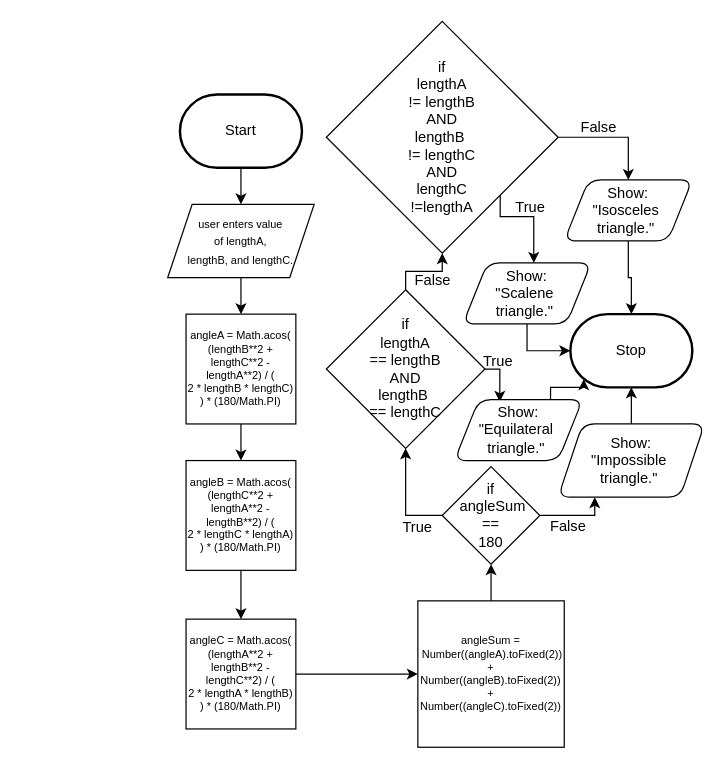
The draw.io diagram design/flowchart.drawio in MTHS-ICD2O-1-2023/ICD2O-Unit-5-05-pablo-fiallos-granados, before the edit. Source tidied: cells renumbered, new cells numbered last; positions are measured from the earlier drawing's top-left corner, leaving out a move shared by most shapes. Both pictures are drawn from the tidied source at 122%, with x=0, y=0 at pixel (167, 21).
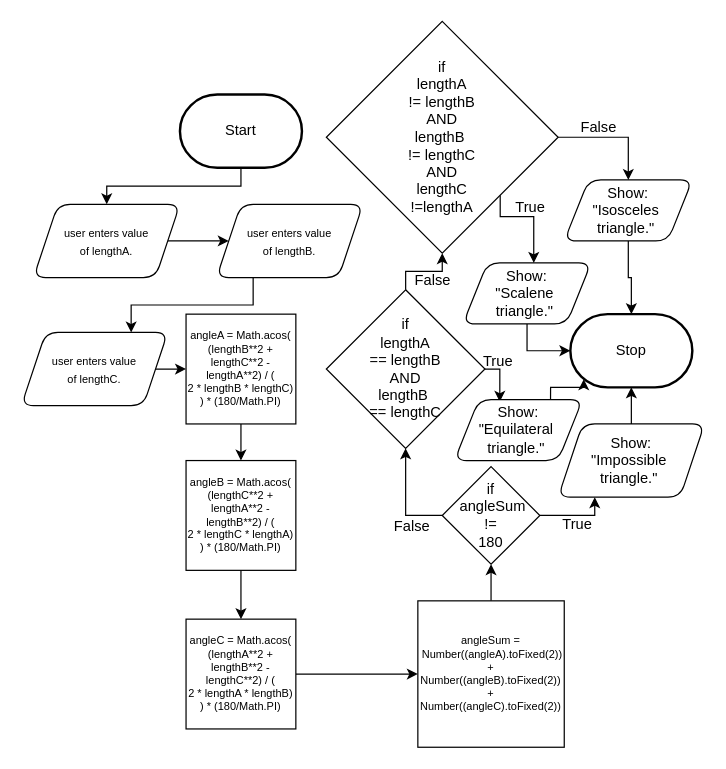
The same page after the edit.

Unchanged cells that the change refers to:
```xml
<mxCell id="8" value="&lt;font style=&quot;font-size: 9px;&quot;&gt;angleA = Math.acos(&lt;br&gt;(lengthB**2 + lengthC**2 - lengthA**2) / (&lt;br&gt;2 * lengthB * lengthC)&lt;br&gt;) * (180/Math.PI)&lt;/font&gt;" style="whiteSpace=wrap;html=1;fontSize=9;" parent="1" vertex="1">
  <mxGeometry x="15" y="240" width="90" height="90" as="geometry" />
</mxCell>
```

What changed in the source:
```diff
@@
-    <mxCell id="5" style="edgeStyle=none;html=1;exitX=0.5;exitY=1;exitDx=0;exitDy=0;entryX=0.5;entryY=0;entryDx=0;entryDy=0;fontSize=9;" parent="1" edge="1" source="6" target="8">
-      <mxGeometry relative="1" as="geometry" />
-    </mxCell>
+    <mxCell id="38" style="edgeStyle=orthogonalEdgeStyle;rounded=0;html=1;" parent="1" edge="1" source="6" target="40">
+      <mxGeometry relative="1" as="geometry" />
+    </mxCell>
-    <mxCell id="6" value="&lt;font style=&quot;font-size: 9px;&quot;&gt;user enters value&lt;br&gt;of lengthA, &lt;br&gt;lengthB, and lengthC.&lt;/font&gt;" style="shape=parallelogram;perimeter=parallelogramPerimeter;whiteSpace=wrap;html=1;fixedSize=1;" parent="1" vertex="1">
-      <mxGeometry y="150" width="120" height="60" as="geometry" />
+    <mxCell id="6" value="&lt;font style=&quot;font-size: 9px;&quot;&gt;user enters value&lt;br&gt;of lengthA.&lt;br&gt;&lt;/font&gt;" style="shape=parallelogram;perimeter=parallelogramPerimeter;whiteSpace=wrap;html=1;fixedSize=1;rounded=1;" parent="1" vertex="1">
+      <mxGeometry x="-110" y="150" width="120" height="60" as="geometry" />
     </mxCell>
@@
-    <mxCell id="17" value="if&lt;br&gt;&amp;nbsp;angleSum&lt;br&gt;==&lt;br&gt;180" style="rhombus;whiteSpace=wrap;html=1;" parent="1" vertex="1">
+    <mxCell id="17" value="if&lt;br&gt;&amp;nbsp;angleSum&lt;br&gt;!=&lt;br&gt;180" style="rhombus;whiteSpace=wrap;html=1;" parent="1" vertex="1">
       <mxGeometry x="225" y="365" width="80" height="80" as="geometry" />
     </mxCell>
     <mxCell id="18" value="True" style="text;html=1;strokeColor=none;fillColor=none;align=center;verticalAlign=middle;whiteSpace=wrap;rounded=0;" parent="1" vertex="1">
-      <mxGeometry x="175" y="400" width="60" height="30" as="geometry" />
+      <mxGeometry x="306" y="398" width="60" height="30" as="geometry" />
     </mxCell>
@@
     <mxCell id="32" value="False" style="text;html=1;align=center;verticalAlign=middle;strokeColor=none;fillColor=none;" parent="1" vertex="1">
-      <mxGeometry x="303" y="399" width="50" height="30" as="geometry" />
+      <mxGeometry x="175" y="399" width="50" height="30" as="geometry" />
     </mxCell>
@@
+    <mxCell id="39" style="edgeStyle=orthogonalEdgeStyle;rounded=0;html=1;exitX=0.25;exitY=1;exitDx=0;exitDy=0;entryX=0.75;entryY=0;entryDx=0;entryDy=0;" parent="1" edge="1" source="40" target="42">
+      <mxGeometry relative="1" as="geometry" />
+    </mxCell>
+    <mxCell id="40" value="&lt;font style=&quot;font-size: 9px;&quot;&gt;user enters value&lt;br&gt;of lengthB.&lt;br&gt;&lt;/font&gt;" style="shape=parallelogram;perimeter=parallelogramPerimeter;whiteSpace=wrap;html=1;fixedSize=1;rounded=1;" parent="1" vertex="1">
+      <mxGeometry x="40" y="150" width="120" height="60" as="geometry" />
+    </mxCell>
+    <mxCell id="41" style="edgeStyle=orthogonalEdgeStyle;rounded=0;html=1;exitX=1;exitY=0.5;exitDx=0;exitDy=0;entryX=0;entryY=0.5;entryDx=0;entryDy=0;" parent="1" edge="1" source="42" target="8">
+      <mxGeometry relative="1" as="geometry" />
+    </mxCell>
+    <mxCell id="42" value="&lt;font style=&quot;font-size: 9px;&quot;&gt;user enters value&lt;br&gt;of lengthC.&lt;br&gt;&lt;/font&gt;" style="shape=parallelogram;perimeter=parallelogramPerimeter;whiteSpace=wrap;html=1;fixedSize=1;rounded=1;" parent="1" vertex="1">
+      <mxGeometry x="-120" y="255" width="120" height="60" as="geometry" />
+    </mxCell>
```
